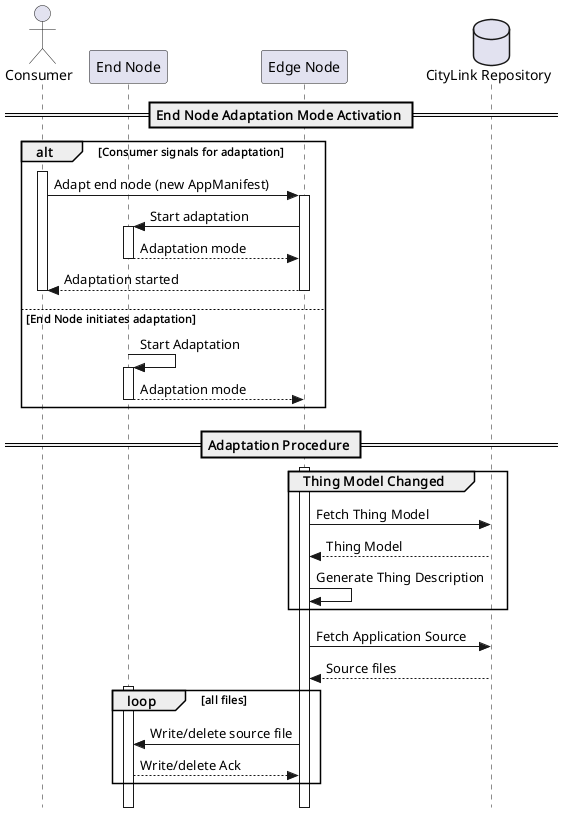
Earlier version of the PlantUML export uml/Sequence/adaptation.png (les2feup/CityLink).
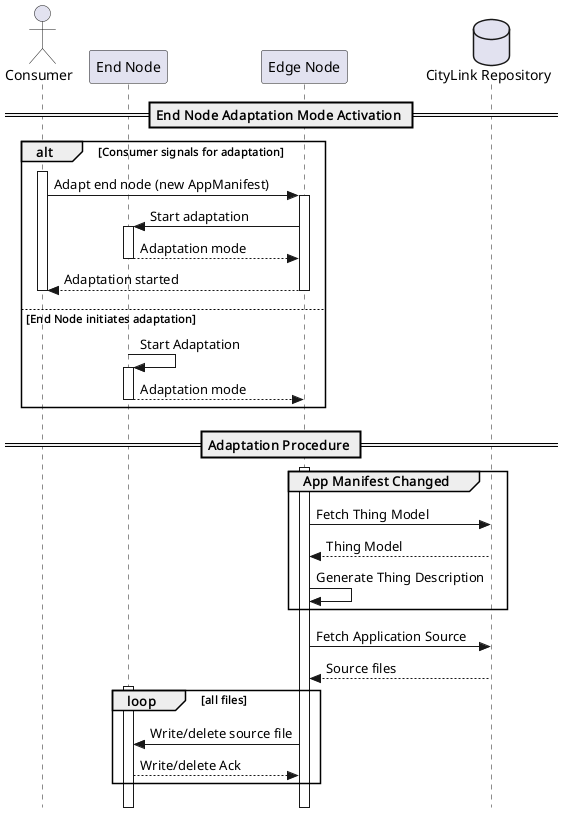
Above is the later version.

Diff of the diagram source:
```diff
@@ -29,7 +29,7 @@
 == Adaptation Procedure ==
 
 activate edgeNode
-group Thing Model Changed
+group App Manifest Changed
     edgeNode -> cloud: Fetch Thing Model
     cloud --> edgeNode: Thing Model
     edgeNode -> edgeNode: Generate Thing Description
```
